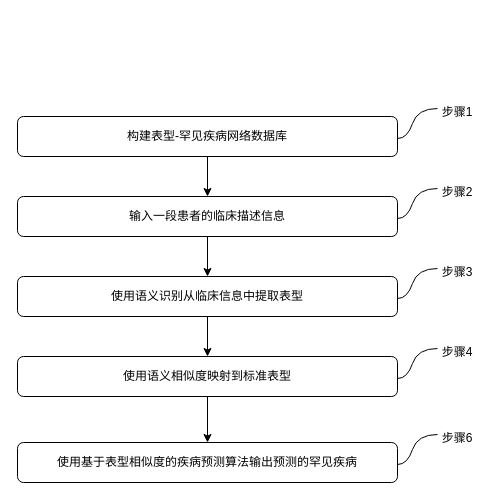
Earlier version of the draw.io diagram 未命名绘图.drawio (1374219958/peopleface). Source tidied: cells renumbered, new cells numbered last; positions are measured from the earlier drawing's top-left corner, leaving out a move shared by most shapes. Both pictures are drawn from the tidied source at 100%, with x=0, y=0 at pixel (17, 96).
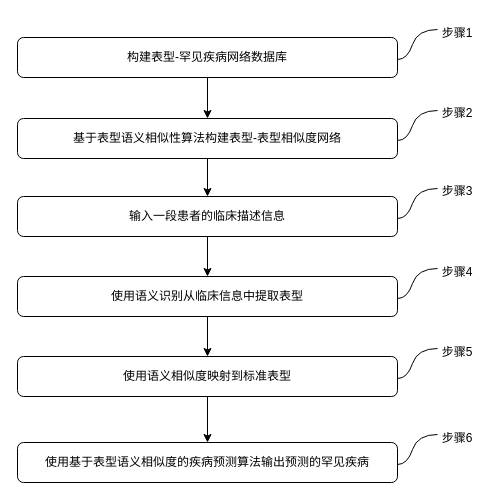
The same diagram, later.

Commit message:
更新未命名绘图.drawio

The change refers to these unchanged cells:
```xml
<mxCell id="3" value="输入一段患者的临床描述信息" style="rounded=1;whiteSpace=wrap;fontSize=12;glass=0;strokeWidth=1;shadow=0;" parent="1" vertex="1">
  <mxGeometry y="100" width="380" height="40" as="geometry" />
</mxCell>
```

Diff of the diagram source:
```diff
@@
-    <mxCell id="9" value="步骤2" style="text;align=center;verticalAlign=middle;strokeColor=none;fillColor=none;" parent="1" vertex="1">
-      <mxGeometry x="415" y="80" width="50" height="30" as="geometry" />
+    <mxCell id="9" value="步骤3" style="text;align=center;verticalAlign=middle;strokeColor=none;fillColor=none;" parent="1" vertex="1">
+      <mxGeometry x="415" y="79" width="50" height="30" as="geometry" />
     </mxCell>
@@
-    <mxCell id="11" value="步骤3" style="text;align=center;verticalAlign=middle;strokeColor=none;fillColor=none;" parent="1" vertex="1">
+    <mxCell id="11" value="步骤4" style="text;align=center;verticalAlign=middle;strokeColor=none;fillColor=none;" parent="1" vertex="1">
       <mxGeometry x="415" y="160" width="50" height="30" as="geometry" />
     </mxCell>
@@
-    <mxCell id="13" value="步骤4" style="text;align=center;verticalAlign=middle;strokeColor=none;fillColor=none;" parent="1" vertex="1">
+    <mxCell id="13" value="步骤5" style="text;align=center;verticalAlign=middle;strokeColor=none;fillColor=none;" parent="1" vertex="1">
       <mxGeometry x="415" y="240" width="50" height="30" as="geometry" />
     </mxCell>
-    <mxCell id="14" value="使用基于表型相似度的疾病预测算法输出预测的罕见疾病" style="rounded=1;whiteSpace=wrap;fontSize=12;glass=0;strokeWidth=1;shadow=0;" parent="1" vertex="1">
+    <mxCell id="14" value="使用基于表型语义相似度的疾病预测算法输出预测的罕见疾病" style="rounded=1;whiteSpace=wrap;fontSize=12;glass=0;strokeWidth=1;shadow=0;" parent="1" vertex="1">
       <mxGeometry y="346" width="380" height="40" as="geometry" />
     </mxCell>
@@
-    <mxCell id="17" style="edgeStyle=orthogonalEdgeStyle;rounded=0;jettySize=auto;html=1;" parent="1" edge="1" source="18" target="3">
-      <mxGeometry relative="1" as="geometry" />
-    </mxCell>
+    <mxCell id="21" style="edgeStyle=orthogonalEdgeStyle;rounded=0;jettySize=auto;html=1;" parent="1" edge="1" source="18" target="23">
+      <mxGeometry relative="1" as="geometry" />
+    </mxCell>
     <mxCell id="18" value="构建表型-罕见疾病网络数据库" style="rounded=1;whiteSpace=wrap;fontSize=12;glass=0;strokeWidth=1;shadow=0;" parent="1" vertex="1">
-      <mxGeometry y="20" width="380" height="40" as="geometry" />
+      <mxGeometry y="-59" width="380" height="40" as="geometry" />
     </mxCell>
     <mxCell id="19" style="endArrow=none;curved=1;" parent="1" edge="1">
       <mxGeometry relative="1" as="geometry">
-        <mxPoint x="380" y="42" as="sourcePoint" />
-        <mxPoint x="420" y="12" as="targetPoint" />
+        <mxPoint x="380" y="-37" as="sourcePoint" />
+        <mxPoint x="420" y="-67" as="targetPoint" />
         <Array as="points">
-          <mxPoint x="390" y="42" />
-          <mxPoint x="400" y="12" />
+          <mxPoint x="390" y="-37" />
+          <mxPoint x="400" y="-67" />
         </Array>
       </mxGeometry>
     </mxCell>
     <mxCell id="20" value="步骤1" style="text;align=center;verticalAlign=middle;strokeColor=none;fillColor=none;" parent="1" vertex="1">
-      <mxGeometry x="415" width="50" height="30" as="geometry" />
+      <mxGeometry x="415" y="-79" width="50" height="30" as="geometry" />
     </mxCell>
+    <mxCell id="22" style="edgeStyle=orthogonalEdgeStyle;rounded=0;jettySize=auto;html=1;entryX=0.5;entryY=0;entryDx=0;entryDy=0;" parent="1" edge="1" source="23" target="3">
+      <mxGeometry relative="1" as="geometry" />
+    </mxCell>
+    <mxCell id="23" value="基于表型语义相似性算法构建表型-表型相似度网络" style="rounded=1;whiteSpace=wrap;fontSize=12;glass=0;strokeWidth=1;shadow=0;" parent="1" vertex="1">
+      <mxGeometry y="22" width="380" height="40" as="geometry" />
+    </mxCell>
+    <mxCell id="24" style="endArrow=none;curved=1;" parent="1" edge="1">
+      <mxGeometry relative="1" as="geometry">
+        <mxPoint x="380" y="44" as="sourcePoint" />
+        <mxPoint x="420" y="14" as="targetPoint" />
+        <Array as="points">
+          <mxPoint x="390" y="44" />
+          <mxPoint x="400" y="14" />
+        </Array>
+      </mxGeometry>
+    </mxCell>
+    <mxCell id="25" value="步骤2" style="text;align=center;verticalAlign=middle;strokeColor=none;fillColor=none;" parent="1" vertex="1">
+      <mxGeometry x="415" y="1" width="50" height="30" as="geometry" />
+    </mxCell>
```
